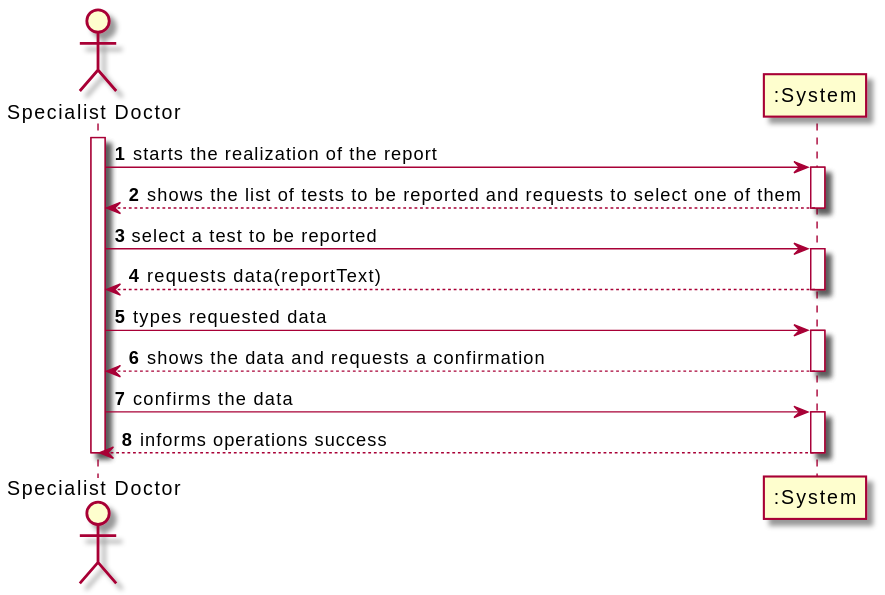
Earlier version of the PlantUML export docs/SprintC/US14_MakeDiagnosisWriteReport/US014_SSD.svg (Pedromaia26/LAPR2-ISEP). Source of this version:
```plantuml
@startuml
Actor "Specialist Doctor" as SD
participant ":System" as SY

autonumber

activate SD
SD -> SY : starts the realization of the report

activate SY
SY --> SD : shows the list of tests to be reported and requests to select one of them
deactivate SY

SD -> SY : select a test to be reported

activate SY
SY --> SD : requests data(reportText)
deactivate SY

SD -> SY : types requested data

activate SY
SY --> SD : shows the data and requests a confirmation
deactivate SY

SD -> SY : confirms the data

activate SY
SY --> SD : informs operations success
deactivate SY

deactivate SD
@enduml
```
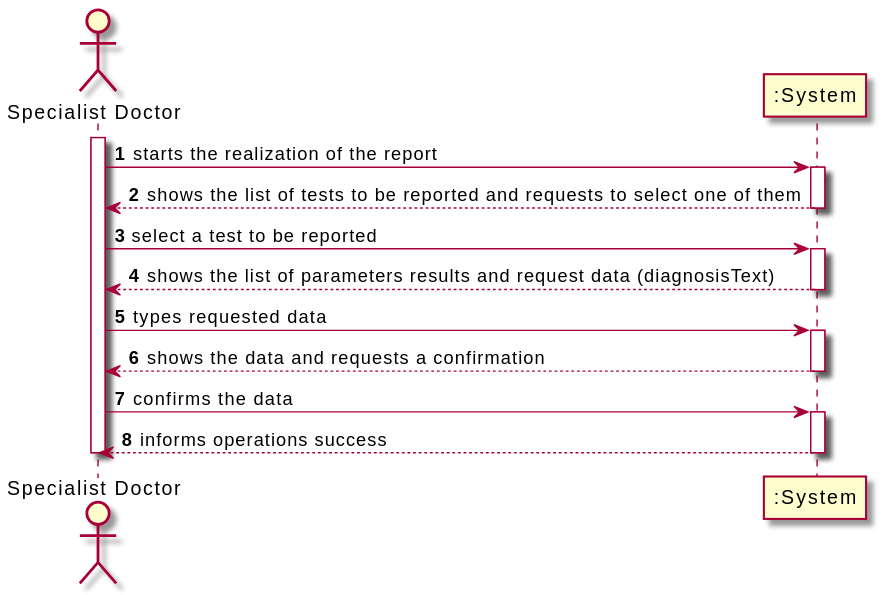
After the change.

Change to the diagram source:
```diff
@@ -14,7 +14,7 @@
 SD -> SY : select a test to be reported
 
 activate SY
-SY --> SD : requests data(reportText)
+SY --> SD : shows the list of parameters results and request data (diagnosisText)
 deactivate SY
 
 SD -> SY : types requested data
```
